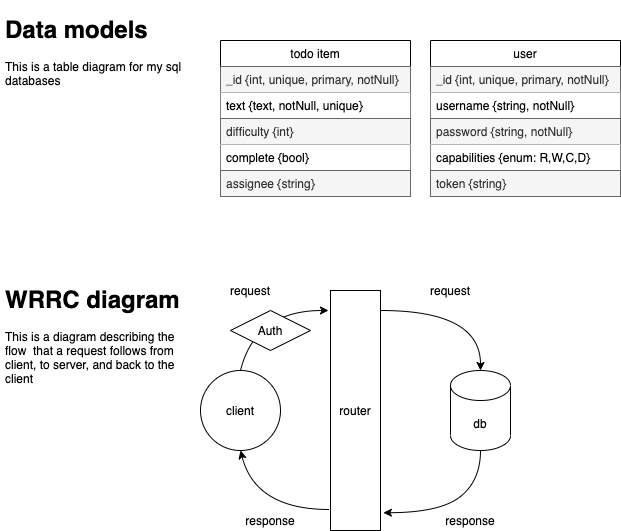
The draw.io diagram UML.png in CullenSharp/Todo-api, before a commit. Source tidied: cells renumbered, new cells last; positions are measured from the earlier drawing's top-left corner, leaving out a move shared by most shapes.
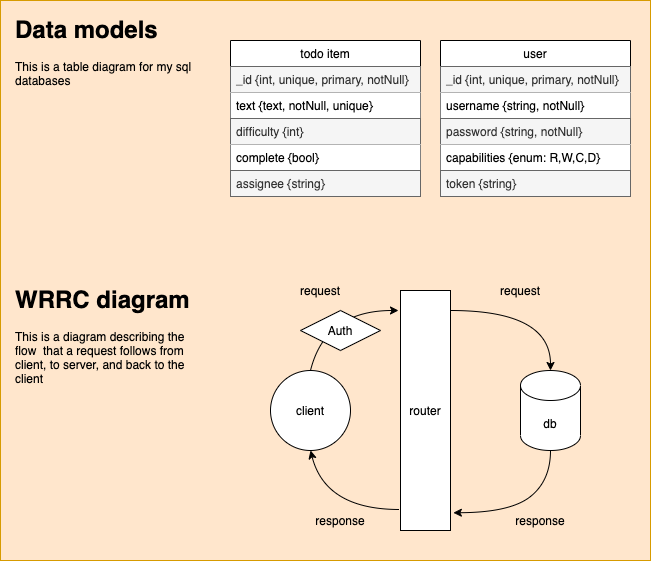
The same diagram one commit later.

What changed in the source:
```diff
@@ -2,8 +2,11 @@
   <root>
     <mxCell id="0" />
     <mxCell id="1" parent="0" />
+    <mxCell id="28" style="rounded=0;whiteSpace=wrap;html=1;strokeColor=#d79b00;fillColor=#ffe6cc;" parent="1" vertex="1">
+      <mxGeometry x="-70" y="-10" width="650" height="560" as="geometry" />
+    </mxCell>
     <mxCell id="2" value="todo item" style="swimlane;fontStyle=0;horizontal=1;startSize=26;" parent="1" vertex="1">
-      <mxGeometry x="220" y="30" width="190" height="156" as="geometry" />
+      <mxGeometry x="160" y="30" width="190" height="156" as="geometry" />
     </mxCell>
     <mxCell id="3" value="_id {int, unique, primary, notNull}" style="text;strokeColor=#666666;fillColor=#f5f5f5;align=left;verticalAlign=top;spacingLeft=4;spacingRight=4;overflow=hidden;fontColor=#333333;" parent="2" vertex="1">
       <mxGeometry y="26" width="190" height="26" as="geometry" />
@@ -21,10 +24,10 @@
       <mxGeometry y="130" width="190" height="26" as="geometry" />
     </mxCell>
     <mxCell id="8" value="&lt;h1&gt;Data models&lt;/h1&gt;&lt;p&gt;This is a table diagram for my sql databases&lt;/p&gt;" style="text;html=1;strokeColor=none;fillColor=none;spacing=5;spacingTop=-20;whiteSpace=wrap;overflow=hidden;rounded=0;" parent="1" vertex="1">
-      <mxGeometry width="190" height="120" as="geometry" />
+      <mxGeometry x="-60" width="190" height="120" as="geometry" />
     </mxCell>
     <mxCell id="9" value="user" style="swimlane;fontStyle=0;horizontal=1;startSize=26;" parent="1" vertex="1">
-      <mxGeometry x="430" y="30" width="190" height="156" as="geometry" />
+      <mxGeometry x="370" y="30" width="190" height="156" as="geometry" />
     </mxCell>
     <mxCell id="10" value="_id {int, unique, primary, notNull}" style="text;strokeColor=#666666;fillColor=#f5f5f5;align=left;verticalAlign=top;spacingLeft=4;spacingRight=4;overflow=hidden;fontColor=#333333;" parent="9" vertex="1">
       <mxGeometry y="26" width="190" height="26" as="geometry" />
@@ -45,7 +48,7 @@
       <mxGeometry x="450" y="360" width="60" height="80" as="geometry" />
     </mxCell>
     <mxCell id="16" value="&lt;h1&gt;WRRC diagram&lt;/h1&gt;&lt;p&gt;This is a diagram describing the flow&amp;nbsp; that a request follows from client, to server, and back to the client&lt;/p&gt;" style="text;html=1;strokeColor=none;fillColor=none;spacing=5;spacingTop=-20;whiteSpace=wrap;overflow=hidden;rounded=0;" parent="1" vertex="1">
-      <mxGeometry y="270" width="190" height="120" as="geometry" />
+      <mxGeometry x="-60" y="270" width="190" height="120" as="geometry" />
     </mxCell>
     <mxCell id="17" value="client" style="ellipse;whiteSpace=wrap;html=1;fillColor=#ffffff;" parent="1" vertex="1">
       <mxGeometry x="200" y="360" width="80" height="80" as="geometry" />
```
